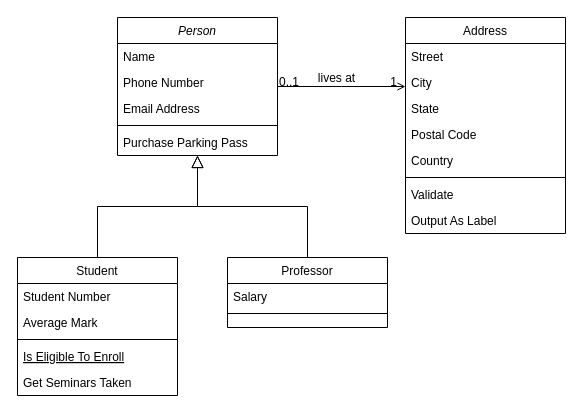
The draw.io diagram Diagramme sans nom.drawio in Nono2606/usrs46, before the edit. Source tidied: cells renumbered, new cells numbered last; positions are measured from the earlier drawing's top-left corner, leaving out a move shared by most shapes. Both pictures are drawn from the tidied source at 100%, with x=0, y=0 at pixel (17, 17).
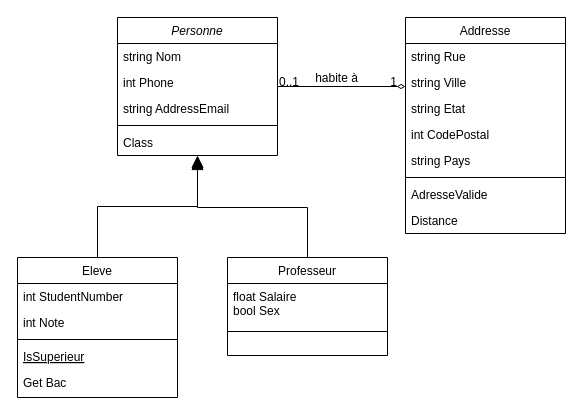
The same diagram, later.

Commit message:
Mettre à jour Diagramme sans nom.drawio

Diff of the diagram source:
```diff
@@
-    <mxCell id="2" value="Person" style="swimlane;fontStyle=2;align=center;verticalAlign=top;horizontal=1;startSize=26;rounded=0;shadow=0;strokeWidth=1;" parent="1" vertex="1">
+    <mxCell id="2" value="Personne" style="swimlane;fontStyle=2;align=center;verticalAlign=top;horizontal=1;startSize=26;rounded=0;shadow=0;strokeWidth=1;" parent="1" vertex="1">
       <mxGeometry x="100" width="160" height="138" as="geometry" />
     </mxCell>
-    <mxCell id="3" value="Name" style="text;align=left;verticalAlign=top;spacingLeft=4;spacingRight=4;overflow=hidden;" parent="2" vertex="1">
+    <mxCell id="3" value="string Nom" style="text;align=left;verticalAlign=top;spacingLeft=4;spacingRight=4;overflow=hidden;" parent="2" vertex="1">
       <mxGeometry y="26" width="160" height="26" as="geometry" />
     </mxCell>
-    <mxCell id="4" value="Phone Number" style="text;align=left;verticalAlign=top;spacingLeft=4;spacingRight=4;overflow=hidden;rounded=0;shadow=0;html=0;" parent="2" vertex="1">
+    <mxCell id="4" value="int Phone" style="text;align=left;verticalAlign=top;spacingLeft=4;spacingRight=4;overflow=hidden;rounded=0;shadow=0;html=0;" parent="2" vertex="1">
       <mxGeometry y="52" width="160" height="26" as="geometry" />
     </mxCell>
-    <mxCell id="5" value="Email Address" style="text;align=left;verticalAlign=top;spacingLeft=4;spacingRight=4;overflow=hidden;rounded=0;shadow=0;html=0;" parent="2" vertex="1">
+    <mxCell id="5" value="string AddressEmail" style="text;align=left;verticalAlign=top;spacingLeft=4;spacingRight=4;overflow=hidden;rounded=0;shadow=0;html=0;" parent="2" vertex="1">
       <mxGeometry y="78" width="160" height="26" as="geometry" />
     </mxCell>
@@
-    <mxCell id="7" value="Purchase Parking Pass" style="text;align=left;verticalAlign=top;spacingLeft=4;spacingRight=4;overflow=hidden;" parent="2" vertex="1">
+    <mxCell id="7" value="Class" style="text;align=left;verticalAlign=top;spacingLeft=4;spacingRight=4;overflow=hidden;" parent="2" vertex="1">
       <mxGeometry y="112" width="160" height="26" as="geometry" />
     </mxCell>
-    <mxCell id="8" value="Student" style="swimlane;fontStyle=0;align=center;verticalAlign=top;horizontal=1;startSize=26;rounded=0;shadow=0;strokeWidth=1;" parent="1" vertex="1">
-      <mxGeometry y="240" width="160" height="138" as="geometry" />
+    <mxCell id="8" value="Eleve" style="swimlane;fontStyle=0;align=center;verticalAlign=top;horizontal=1;startSize=26;rounded=0;shadow=0;strokeWidth=1;" parent="1" vertex="1">
+      <mxGeometry y="240" width="160" height="140" as="geometry" />
     </mxCell>
-    <mxCell id="9" value="Student Number" style="text;align=left;verticalAlign=top;spacingLeft=4;spacingRight=4;overflow=hidden;" parent="8" vertex="1">
+    <mxCell id="9" value="int StudentNumber" style="text;align=left;verticalAlign=top;spacingLeft=4;spacingRight=4;overflow=hidden;" parent="8" vertex="1">
       <mxGeometry y="26" width="160" height="26" as="geometry" />
     </mxCell>
-    <mxCell id="10" value="Average Mark" style="text;align=left;verticalAlign=top;spacingLeft=4;spacingRight=4;overflow=hidden;rounded=0;shadow=0;html=0;" parent="8" vertex="1">
+    <mxCell id="10" value="int Note" style="text;align=left;verticalAlign=top;spacingLeft=4;spacingRight=4;overflow=hidden;rounded=0;shadow=0;html=0;" parent="8" vertex="1">
       <mxGeometry y="52" width="160" height="26" as="geometry" />
     </mxCell>
@@
-    <mxCell id="12" value="Is Eligible To Enroll" style="text;align=left;verticalAlign=top;spacingLeft=4;spacingRight=4;overflow=hidden;fontStyle=4;" parent="8" vertex="1">
+    <mxCell id="12" value="IsSuperieur" style="text;align=left;verticalAlign=top;spacingLeft=4;spacingRight=4;overflow=hidden;fontStyle=4;" parent="8" vertex="1">
       <mxGeometry y="86" width="160" height="26" as="geometry" />
     </mxCell>
-    <mxCell id="13" value="Get Seminars Taken" style="text;align=left;verticalAlign=top;spacingLeft=4;spacingRight=4;overflow=hidden;" parent="8" vertex="1">
-      <mxGeometry y="112" width="160" height="26" as="geometry" />
+    <mxCell id="13" value="Get Bac" style="text;align=left;verticalAlign=top;spacingLeft=4;spacingRight=4;overflow=hidden;" parent="8" vertex="1">
+      <mxGeometry y="112" width="160" height="28" as="geometry" />
     </mxCell>
-    <mxCell id="14" style="endArrow=block;endSize=10;endFill=0;shadow=0;strokeWidth=1;rounded=0;edgeStyle=elbowEdgeStyle;elbow=vertical;" parent="1" edge="1" source="8" target="2">
+    <mxCell id="14" style="endArrow=block;endSize=10;endFill=1;shadow=0;strokeWidth=1;rounded=0;edgeStyle=elbowEdgeStyle;elbow=vertical;" parent="1" edge="1" source="8" target="2">
       <mxGeometry relative="1" as="geometry" />
     </mxCell>
-    <mxCell id="15" value="Professor" style="swimlane;fontStyle=0;align=center;verticalAlign=top;horizontal=1;startSize=26;rounded=0;shadow=0;strokeWidth=1;" parent="1" vertex="1">
-      <mxGeometry x="210" y="240" width="160" height="70" as="geometry" />
+    <mxCell id="15" value="Professeur" style="swimlane;fontStyle=0;align=center;verticalAlign=top;horizontal=1;startSize=26;rounded=0;shadow=0;strokeWidth=1;" parent="1" vertex="1">
+      <mxGeometry x="210" y="240" width="160" height="98" as="geometry" />
     </mxCell>
-    <mxCell id="16" value="Salary" style="text;align=left;verticalAlign=top;spacingLeft=4;spacingRight=4;overflow=hidden;" parent="15" vertex="1">
-      <mxGeometry y="26" width="160" height="26" as="geometry" />
+    <mxCell id="16" value="float Salaire&#10;bool Sex&#10;" style="text;align=left;verticalAlign=top;spacingLeft=4;spacingRight=4;overflow=hidden;" parent="15" vertex="1">
+      <mxGeometry y="26" width="160" height="44" as="geometry" />
     </mxCell>
     <mxCell id="17" style="line;html=1;strokeWidth=1;align=left;verticalAlign=middle;spacingTop=-1;spacingLeft=3;spacingRight=3;labelPosition=right;" parent="15" vertex="1">
-      <mxGeometry y="52" width="160" height="8" as="geometry" />
+      <mxGeometry y="70" width="160" height="8" as="geometry" />
     </mxCell>
-    <mxCell id="18" style="endArrow=block;endSize=10;endFill=0;shadow=0;strokeWidth=1;rounded=0;edgeStyle=elbowEdgeStyle;elbow=vertical;" parent="1" edge="1" source="15" target="2">
-      <mxGeometry relative="1" as="geometry" />
+    <mxCell id="18" style="endArrow=block;endSize=10;endFill=1;shadow=0;strokeWidth=1;rounded=0;edgeStyle=elbowEdgeStyle;elbow=vertical;" parent="1" edge="1" source="15">
+      <mxGeometry relative="1" as="geometry">
+        <mxPoint x="180" y="140" as="targetPoint" />
+      </mxGeometry>
     </mxCell>
-    <mxCell id="19" value="Address" style="swimlane;fontStyle=0;align=center;verticalAlign=top;horizontal=1;startSize=26;rounded=0;shadow=0;strokeWidth=1;" parent="1" vertex="1">
+    <mxCell id="19" value="Addresse" style="swimlane;fontStyle=0;align=center;verticalAlign=top;horizontal=1;startSize=26;rounded=0;shadow=0;strokeWidth=1;" parent="1" vertex="1">
       <mxGeometry x="388" width="160" height="216" as="geometry" />
     </mxCell>
-    <mxCell id="20" value="Street" style="text;align=left;verticalAlign=top;spacingLeft=4;spacingRight=4;overflow=hidden;" parent="19" vertex="1">
+    <mxCell id="20" value="string Rue" style="text;align=left;verticalAlign=top;spacingLeft=4;spacingRight=4;overflow=hidden;" parent="19" vertex="1">
       <mxGeometry y="26" width="160" height="26" as="geometry" />
     </mxCell>
-    <mxCell id="21" value="City" style="text;align=left;verticalAlign=top;spacingLeft=4;spacingRight=4;overflow=hidden;rounded=0;shadow=0;html=0;" parent="19" vertex="1">
+    <mxCell id="21" value="string Ville" style="text;align=left;verticalAlign=top;spacingLeft=4;spacingRight=4;overflow=hidden;rounded=0;shadow=0;html=0;" parent="19" vertex="1">
       <mxGeometry y="52" width="160" height="26" as="geometry" />
     </mxCell>
-    <mxCell id="22" value="State" style="text;align=left;verticalAlign=top;spacingLeft=4;spacingRight=4;overflow=hidden;rounded=0;shadow=0;html=0;" parent="19" vertex="1">
+    <mxCell id="22" value="string Etat" style="text;align=left;verticalAlign=top;spacingLeft=4;spacingRight=4;overflow=hidden;rounded=0;shadow=0;html=0;" parent="19" vertex="1">
       <mxGeometry y="78" width="160" height="26" as="geometry" />
     </mxCell>
-    <mxCell id="23" value="Postal Code" style="text;align=left;verticalAlign=top;spacingLeft=4;spacingRight=4;overflow=hidden;rounded=0;shadow=0;html=0;" parent="19" vertex="1">
+    <mxCell id="23" value="int CodePostal" style="text;align=left;verticalAlign=top;spacingLeft=4;spacingRight=4;overflow=hidden;rounded=0;shadow=0;html=0;" parent="19" vertex="1">
       <mxGeometry y="104" width="160" height="26" as="geometry" />
     </mxCell>
-    <mxCell id="24" value="Country" style="text;align=left;verticalAlign=top;spacingLeft=4;spacingRight=4;overflow=hidden;rounded=0;shadow=0;html=0;" parent="19" vertex="1">
+    <mxCell id="24" value="string Pays" style="text;align=left;verticalAlign=top;spacingLeft=4;spacingRight=4;overflow=hidden;rounded=0;shadow=0;html=0;" parent="19" vertex="1">
       <mxGeometry y="130" width="160" height="26" as="geometry" />
     </mxCell>
@@
-    <mxCell id="26" value="Validate" style="text;align=left;verticalAlign=top;spacingLeft=4;spacingRight=4;overflow=hidden;" parent="19" vertex="1">
+    <mxCell id="26" value="AdresseValide" style="text;align=left;verticalAlign=top;spacingLeft=4;spacingRight=4;overflow=hidden;" parent="19" vertex="1">
       <mxGeometry y="164" width="160" height="26" as="geometry" />
     </mxCell>
-    <mxCell id="27" value="Output As Label" style="text;align=left;verticalAlign=top;spacingLeft=4;spacingRight=4;overflow=hidden;" parent="19" vertex="1">
+    <mxCell id="27" value="Distance" style="text;align=left;verticalAlign=top;spacingLeft=4;spacingRight=4;overflow=hidden;" parent="19" vertex="1">
       <mxGeometry y="190" width="160" height="26" as="geometry" />
     </mxCell>
-    <mxCell id="28" style="endArrow=open;shadow=0;strokeWidth=1;rounded=0;endFill=1;edgeStyle=elbowEdgeStyle;elbow=vertical;" parent="1" edge="1" source="2" target="19">
+    <mxCell id="28" style="endArrow=diamondThin;shadow=0;strokeWidth=1;rounded=0;endFill=0;edgeStyle=elbowEdgeStyle;elbow=vertical;" parent="1" edge="1" source="2" target="19">
       <mxGeometry x="0.5" y="41" relative="1" as="geometry">
         <mxPoint x="-40" y="32" as="offset" />
       </mxGeometry>
     </mxCell>
@@
-    <mxCell id="31" value="lives at" style="text;html=1;align=center;verticalAlign=middle;labelBackgroundColor=none;rounded=0;shadow=0;strokeWidth=1;fontSize=12;" parent="28" vertex="1">
+    <mxCell id="31" value="habite à" style="text;html=1;align=center;verticalAlign=middle;labelBackgroundColor=none;rounded=0;shadow=0;strokeWidth=1;fontSize=12;" parent="28" vertex="1">
       <mxGeometry x="0.5" y="49" relative="1" as="geometry">
         <mxPoint x="-38" y="40" as="offset" />
       </mxGeometry>
     </mxCell>
```
